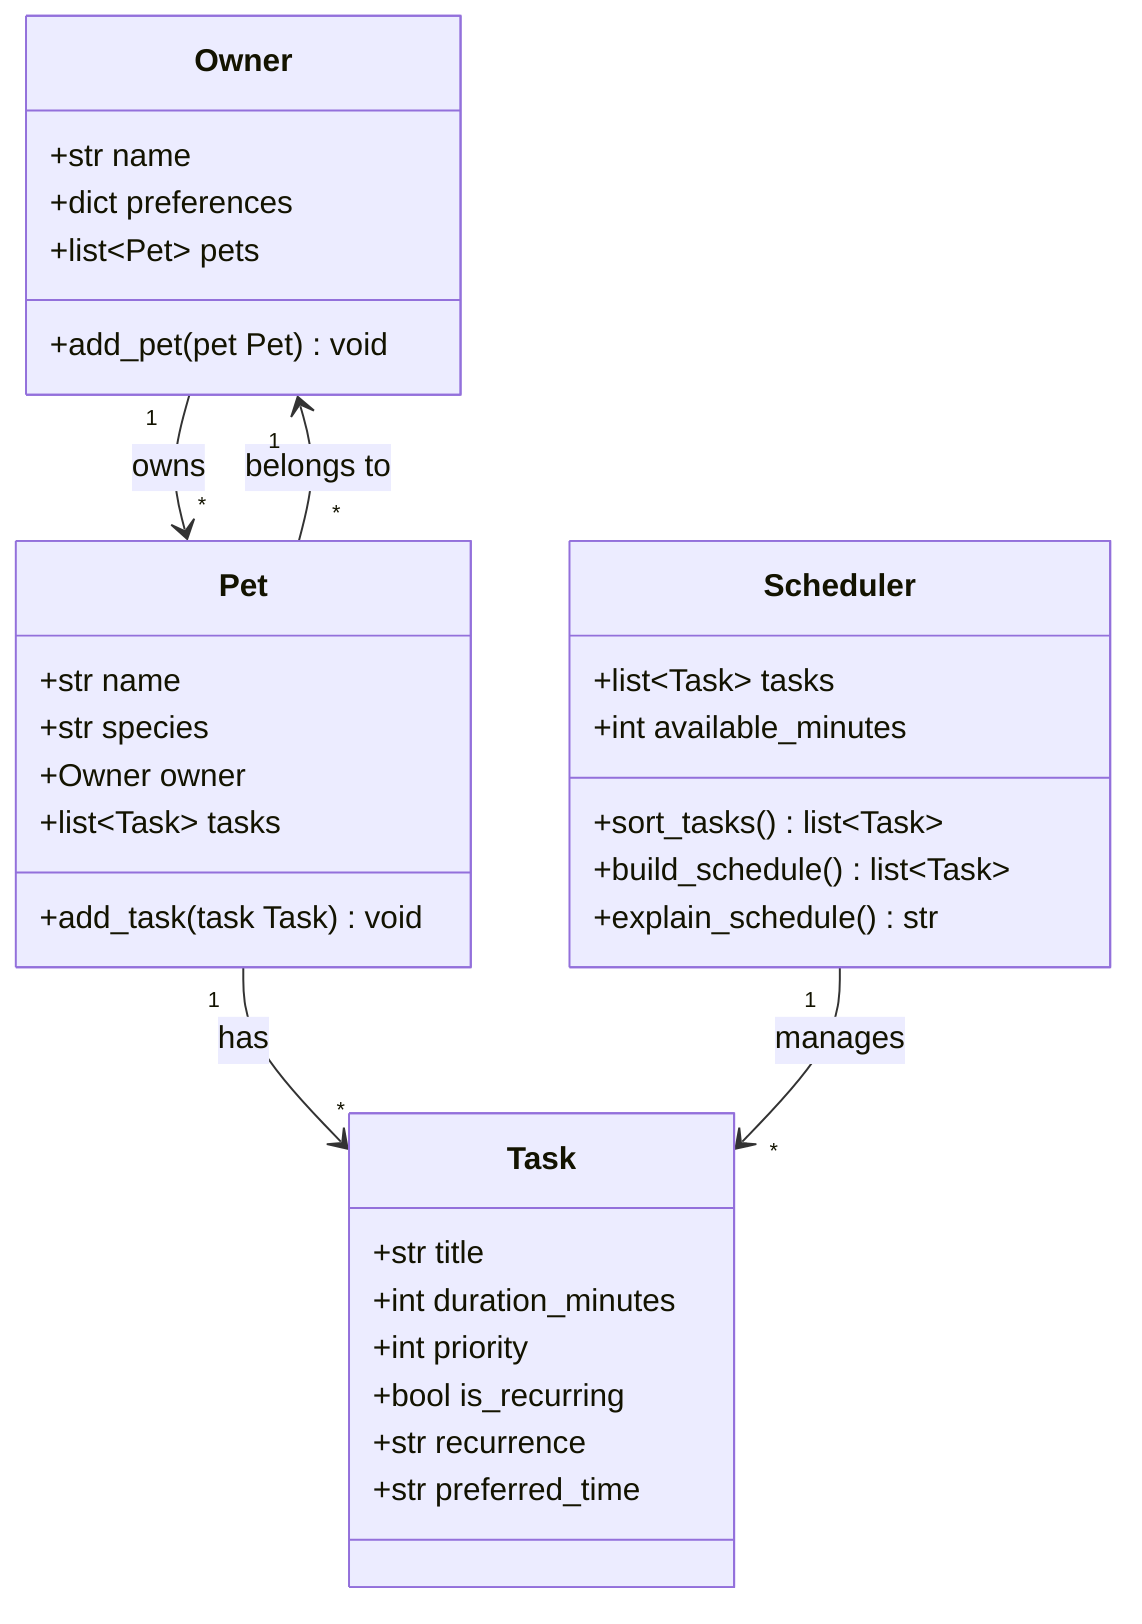
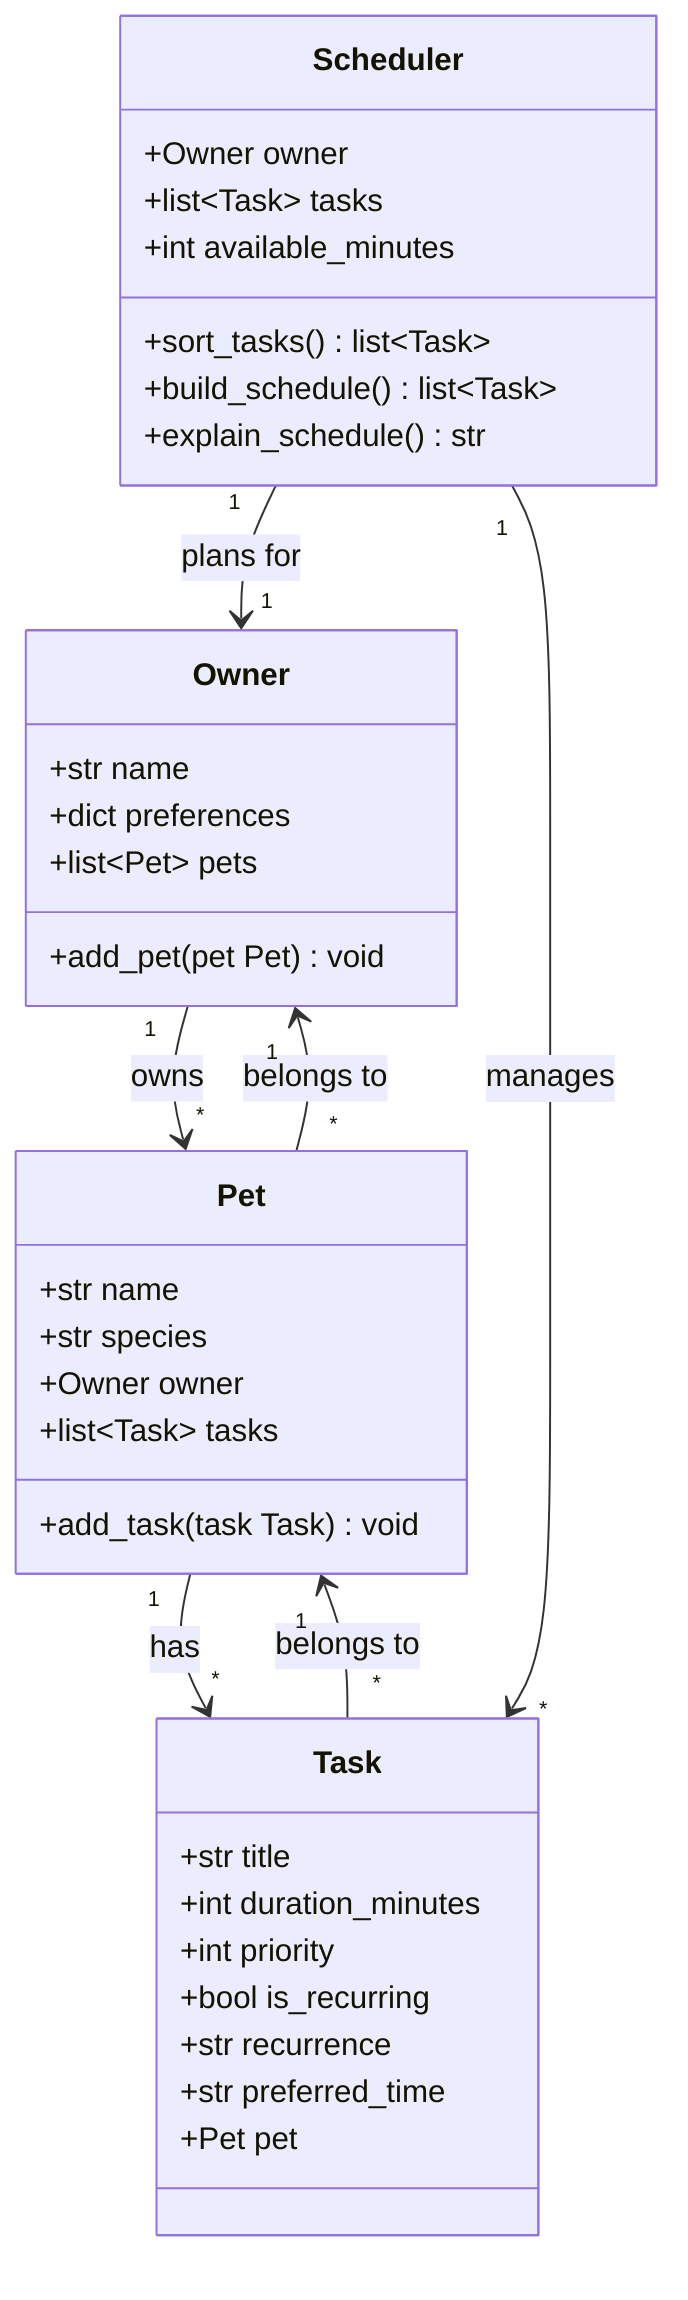
classDiagram
    %% PawPal+ — pet care scheduling app
    %% Keep this file updated so it matches your final implementation.

    class Owner {
        +str name
        +dict preferences
        +list~Pet~ pets
        +add_pet(pet Pet) void
    }

    class Pet {
        +str name
        +str species
        +Owner owner
        +list~Task~ tasks
        +add_task(task Task) void
    }

    class Task {
        +str title
        +int duration_minutes
        +int priority
        +bool is_recurring
        +str recurrence
        +str preferred_time
+         +Pet pet
    }

    class Scheduler {
+         +Owner owner
        +list~Task~ tasks
        +int available_minutes
        +sort_tasks() list~Task~
        +build_schedule() list~Task~
        +explain_schedule() str
    }

    Owner "1" --> "*" Pet : owns
    Pet "*" --> "1" Owner : belongs to
    Pet "1" --> "*" Task : has
+     Task "*" --> "1" Pet : belongs to
+     Scheduler "1" --> "1" Owner : plans for
    Scheduler "1" --> "*" Task : manages
